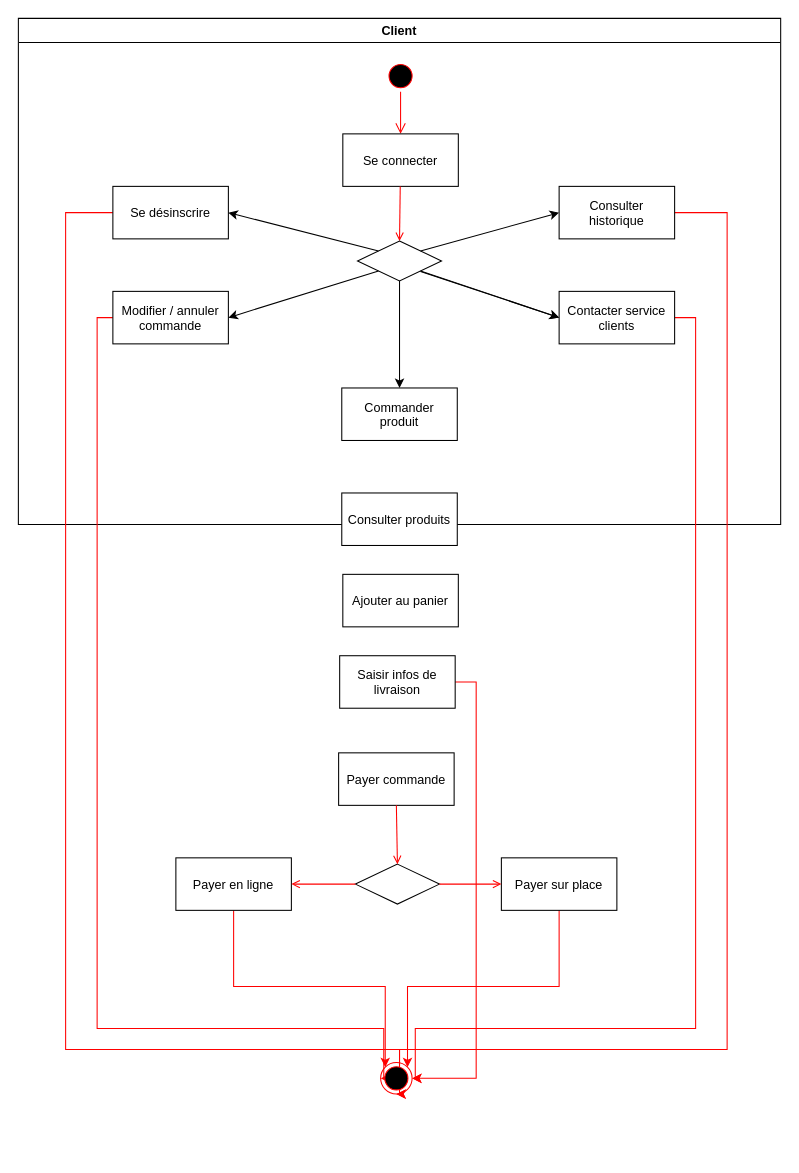
Above: Activity client.drawio in othman3492/p4uml (draw.io), before the change. Source tidied: cells renumbered, new cells numbered last; positions are measured from the earlier drawing's top-left corner, leaving out a move shared by most shapes. Both pictures are drawn from the tidied source at 105%, with x=0, y=0 at pixel (18, 18).
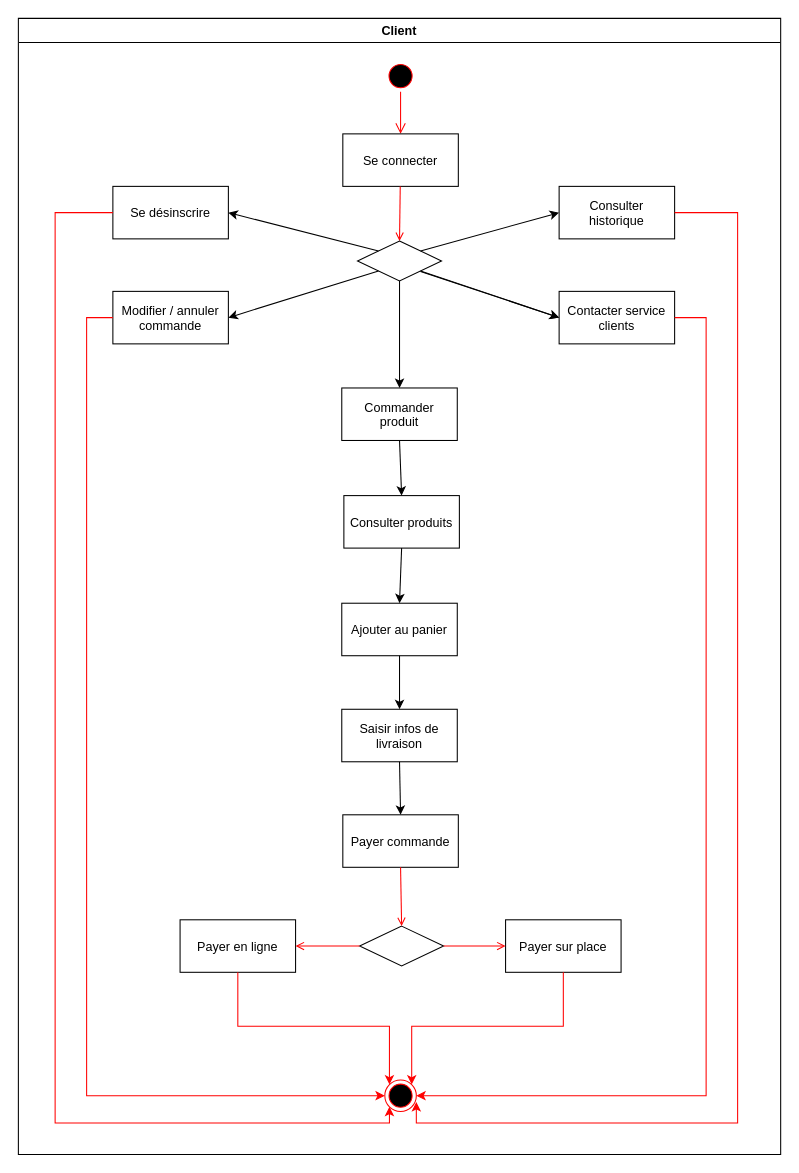
After the change.

Unchanged cells that the change refers to:
```xml
<mxCell id="8" value="Se désinscrire" parent="2" vertex="1">
  <mxGeometry x="90" y="160" width="110" height="50" as="geometry" />
</mxCell>
<mxCell id="11" value="Consulter&#10;historique" parent="2" vertex="1">
  <mxGeometry x="515" y="160" width="110" height="50" as="geometry" />
</mxCell>
<mxCell id="13" value="Contacter service&#10;clients" parent="2" vertex="1">
  <mxGeometry x="515" y="260" width="110" height="50" as="geometry" />
</mxCell>
<mxCell id="15" value="Modifier / annuler&#10;commande" parent="2" vertex="1">
  <mxGeometry x="90" y="260" width="110" height="50" as="geometry" />
</mxCell>
<mxCell id="21" value="Commander&#10;produit" parent="2" vertex="1">
  <mxGeometry x="308" y="352" width="110" height="50" as="geometry" />
</mxCell>
```

What changed in the source:
```diff
@@
     <mxCell id="2" value="Client" style="swimlane;whiteSpace=wrap;startSize=23;" parent="1" vertex="1">
-      <mxGeometry width="726" height="482" as="geometry" />
+      <mxGeometry width="726" height="1082" as="geometry" />
     </mxCell>
@@
-    <mxCell id="7" style="edgeStyle=orthogonalEdgeStyle;rounded=0;jettySize=auto;html=1;exitX=0;exitY=0.5;exitDx=0;exitDy=0;entryX=0.5;entryY=1;entryDx=0;entryDy=0;strokeColor=#FF0000;" parent="2" edge="1" source="8" target="16">
-      <mxGeometry relative="1" as="geometry">
-        <Array as="points">
-          <mxPoint x="45" y="185" />
-          <mxPoint x="45" y="982" />
-          <mxPoint x="363" y="982" />
-        </Array>
-      </mxGeometry>
-    </mxCell>
@@
-    <mxCell id="10" style="edgeStyle=orthogonalEdgeStyle;rounded=0;jettySize=auto;html=1;exitX=1;exitY=0.5;exitDx=0;exitDy=0;entryX=0.5;entryY=1;entryDx=0;entryDy=0;strokeColor=#FF0000;" parent="2" edge="1" source="11" target="16">
-      <mxGeometry relative="1" as="geometry">
-        <Array as="points">
-          <mxPoint x="675" y="185" />
-          <mxPoint x="675" y="982" />
-          <mxPoint x="363" y="982" />
-        </Array>
-      </mxGeometry>
-    </mxCell>
@@
-    <mxCell id="12" style="edgeStyle=orthogonalEdgeStyle;rounded=0;jettySize=auto;html=1;exitX=1;exitY=0.5;exitDx=0;exitDy=0;entryX=1;entryY=0.5;entryDx=0;entryDy=0;strokeColor=#FF0000;" parent="2" edge="1" source="13" target="16">
-      <mxGeometry relative="1" as="geometry">
-        <Array as="points">
-          <mxPoint x="645" y="285" />
-          <mxPoint x="645" y="962" />
-          <mxPoint x="378" y="962" />
-        </Array>
-      </mxGeometry>
-    </mxCell>
@@
-    <mxCell id="14" style="edgeStyle=orthogonalEdgeStyle;rounded=0;jettySize=auto;html=1;exitX=0;exitY=0.5;exitDx=0;exitDy=0;entryX=0;entryY=0.5;entryDx=0;entryDy=0;strokeColor=#FF0000;" parent="2" edge="1" source="15" target="16">
-      <mxGeometry relative="1" as="geometry">
-        <Array as="points">
-          <mxPoint x="75" y="285" />
-          <mxPoint x="75" y="962" />
-          <mxPoint x="348" y="962" />
-        </Array>
-      </mxGeometry>
-    </mxCell>
@@
-    <mxCell id="16" style="ellipse;html=1;shape=endState;fillColor=#000000;strokeColor=#ff0000;" parent="2" vertex="1">
-      <mxGeometry x="345" y="994.5" width="30" height="30" as="geometry" />
-    </mxCell>
@@
-    <mxCell id="23" value="Consulter produits" parent="2" vertex="1">
-      <mxGeometry x="308" y="452" width="110" height="50" as="geometry" />
-    </mxCell>
-    <mxCell id="24" style="edgeStyle=orthogonalEdgeStyle;rounded=0;jettySize=auto;html=1;exitX=1;exitY=0.5;exitDx=0;exitDy=0;entryX=1;entryY=0.5;entryDx=0;entryDy=0;fillColor=#f8cecc;strokeColor=#FF0000;" parent="2" edge="1" source="25" target="16">
-      <mxGeometry relative="1" as="geometry" />
-    </mxCell>
-    <mxCell id="25" value="Saisir infos de&#10;livraison" parent="2" vertex="1">
-      <mxGeometry x="306" y="607" width="110" height="50" as="geometry" />
-    </mxCell>
+    <mxCell id="36" style="endArrow=classic;html=1;exitX=1;exitY=1;exitDx=0;exitDy=0;entryX=0;entryY=0.5;entryDx=0;entryDy=0;" parent="1" edge="1">
+      <mxGeometry relative="1" as="geometry">
+        <mxPoint x="383" y="241" as="sourcePoint" />
+        <mxPoint x="515" y="285" as="targetPoint" />
+      </mxGeometry>
+    </mxCell>
+    <mxCell id="37" value="Ajouter au panier" parent="1" vertex="1">
+      <mxGeometry x="308" y="557" width="110" height="50" as="geometry" />
+    </mxCell>
-    <mxCell id="26" value="Payer commande" parent="2" vertex="1">
-      <mxGeometry x="305" y="699.5" width="110" height="50" as="geometry" />
+    <mxCell id="26" value="Payer commande" parent="1" vertex="1">
+      <mxGeometry x="309" y="758.5" width="110" height="50" as="geometry" />
     </mxCell>
-    <mxCell id="27" style="rhombus;whiteSpace=wrap;html=1;" parent="2" vertex="1">
-      <mxGeometry x="321" y="805.5" width="80" height="38" as="geometry" />
+    <mxCell id="27" style="rhombus;whiteSpace=wrap;html=1;" parent="1" vertex="1">
+      <mxGeometry x="325" y="864.5" width="80" height="38" as="geometry" />
     </mxCell>
-    <mxCell id="28" style="rhombus;whiteSpace=wrap;html=1;" parent="2" vertex="1">
-      <mxGeometry x="481" y="805.5" width="80" height="38" as="geometry" />
+    <mxCell id="28" style="rhombus;whiteSpace=wrap;html=1;" parent="1" vertex="1">
+      <mxGeometry x="485" y="864.5" width="80" height="38" as="geometry" />
     </mxCell>
-    <mxCell id="29" style="edgeStyle=orthogonalEdgeStyle;rounded=0;jettySize=auto;html=1;exitX=0.5;exitY=1;exitDx=0;exitDy=0;entryX=0;entryY=0;entryDx=0;entryDy=0;strokeColor=#FF0000;" parent="2" edge="1" source="30" target="16">
-      <mxGeometry relative="1" as="geometry" />
-    </mxCell>
-    <mxCell id="30" value="Payer en ligne" parent="2" vertex="1">
-      <mxGeometry x="150" y="799.5" width="110" height="50" as="geometry" />
+    <mxCell id="30" value="Payer en ligne" parent="1" vertex="1">
+      <mxGeometry x="154" y="858.5" width="110" height="50" as="geometry" />
     </mxCell>
-    <mxCell id="31" style="edgeStyle=orthogonalEdgeStyle;rounded=0;jettySize=auto;html=1;exitX=0.5;exitY=1;exitDx=0;exitDy=0;entryX=1;entryY=0;entryDx=0;entryDy=0;strokeColor=#FF0000;" parent="2" edge="1" source="32" target="16">
-      <mxGeometry relative="1" as="geometry" />
-    </mxCell>
-    <mxCell id="32" value="Payer sur place" parent="2" vertex="1">
-      <mxGeometry x="460" y="799.5" width="110" height="50" as="geometry" />
+    <mxCell id="32" value="Payer sur place" parent="1" vertex="1">
+      <mxGeometry x="464" y="858.5" width="110" height="50" as="geometry" />
     </mxCell>
-    <mxCell id="33" style="endArrow=open;strokeColor=#FF0000;endFill=1;rounded=0;exitX=0;exitY=0.5;exitDx=0;exitDy=0;entryX=1;entryY=0.5;entryDx=0;entryDy=0;" parent="2" edge="1" source="27" target="30">
+    <mxCell id="33" style="endArrow=open;strokeColor=#FF0000;endFill=1;rounded=0;exitX=0;exitY=0.5;exitDx=0;exitDy=0;entryX=1;entryY=0.5;entryDx=0;entryDy=0;" parent="1" edge="1" source="27" target="30">
       <mxGeometry relative="1" as="geometry" />
     </mxCell>
-    <mxCell id="34" style="endArrow=open;strokeColor=#FF0000;endFill=1;rounded=0;exitX=1;exitY=0.5;exitDx=0;exitDy=0;entryX=0;entryY=0.5;entryDx=0;entryDy=0;" parent="2" edge="1" source="27" target="32">
+    <mxCell id="34" style="endArrow=open;strokeColor=#FF0000;endFill=1;rounded=0;exitX=1;exitY=0.5;exitDx=0;exitDy=0;entryX=0;entryY=0.5;entryDx=0;entryDy=0;" parent="1" edge="1" source="27" target="32">
       <mxGeometry relative="1" as="geometry" />
     </mxCell>
-    <mxCell id="35" style="endArrow=open;strokeColor=#FF0000;endFill=1;rounded=0;exitX=0.5;exitY=1;exitDx=0;exitDy=0;entryX=0.5;entryY=0;entryDx=0;entryDy=0;" parent="2" edge="1" source="26" target="27">
+    <mxCell id="35" style="endArrow=open;strokeColor=#FF0000;endFill=1;rounded=0;exitX=0.5;exitY=1;exitDx=0;exitDy=0;entryX=0.5;entryY=0;entryDx=0;entryDy=0;" parent="1" edge="1" source="26" target="27">
       <mxGeometry relative="1" as="geometry" />
     </mxCell>
-    <mxCell id="36" style="endArrow=classic;html=1;exitX=1;exitY=1;exitDx=0;exitDy=0;entryX=0;entryY=0.5;entryDx=0;entryDy=0;" parent="1" edge="1">
-      <mxGeometry relative="1" as="geometry">
-        <mxPoint x="383" y="241" as="sourcePoint" />
-        <mxPoint x="515" y="285" as="targetPoint" />
-      </mxGeometry>
-    </mxCell>
-    <mxCell id="37" value="Ajouter au panier" parent="1" vertex="1">
-      <mxGeometry x="309" y="529.5" width="110" height="50" as="geometry" />
-    </mxCell>
+    <mxCell id="16" style="ellipse;html=1;shape=endState;fillColor=#000000;strokeColor=#ff0000;" parent="1" vertex="1">
+      <mxGeometry x="349" y="1011" width="30" height="30" as="geometry" />
+    </mxCell>
+    <mxCell id="29" style="edgeStyle=orthogonalEdgeStyle;rounded=0;jettySize=auto;html=1;exitX=0.5;exitY=1;exitDx=0;exitDy=0;entryX=0;entryY=0;entryDx=0;entryDy=0;strokeColor=#FF0000;" parent="1" edge="1" source="30" target="16">
+      <mxGeometry relative="1" as="geometry" />
+    </mxCell>
+    <mxCell id="31" style="edgeStyle=orthogonalEdgeStyle;rounded=0;jettySize=auto;html=1;exitX=0.5;exitY=1;exitDx=0;exitDy=0;entryX=1;entryY=0;entryDx=0;entryDy=0;strokeColor=#FF0000;" parent="1" edge="1" source="32" target="16">
+      <mxGeometry relative="1" as="geometry" />
+    </mxCell>
+    <mxCell id="25" value="Saisir infos de&#10;livraison" parent="1" vertex="1">
+      <mxGeometry x="308" y="658" width="110" height="50" as="geometry" />
+    </mxCell>
+    <mxCell id="23" value="Consulter produits" parent="1" vertex="1">
+      <mxGeometry x="310" y="454.5" width="110" height="50" as="geometry" />
+    </mxCell>
+    <mxCell id="38" style="endArrow=classic;html=1;entryX=0.5;entryY=0;entryDx=0;entryDy=0;exitX=0.5;exitY=1;exitDx=0;exitDy=0;" parent="1" edge="1" source="21" target="23">
+      <mxGeometry relative="1" as="geometry" />
+    </mxCell>
+    <mxCell id="39" style="endArrow=classic;html=1;entryX=0.5;entryY=0;entryDx=0;entryDy=0;exitX=0.5;exitY=1;exitDx=0;exitDy=0;" parent="1" edge="1" source="23" target="37">
+      <mxGeometry relative="1" as="geometry" />
+    </mxCell>
+    <mxCell id="40" style="endArrow=classic;html=1;entryX=0.5;entryY=0;entryDx=0;entryDy=0;exitX=0.5;exitY=1;exitDx=0;exitDy=0;" parent="1" edge="1" source="37" target="25">
+      <mxGeometry relative="1" as="geometry" />
+    </mxCell>
+    <mxCell id="41" style="endArrow=classic;html=1;entryX=0.5;entryY=0;entryDx=0;entryDy=0;exitX=0.5;exitY=1;exitDx=0;exitDy=0;" parent="1" edge="1" source="25" target="26">
+      <mxGeometry relative="1" as="geometry" />
+    </mxCell>
+    <mxCell id="42" style="edgeStyle=orthogonalEdgeStyle;rounded=0;jettySize=auto;html=1;exitX=1;exitY=0.5;exitDx=0;exitDy=0;strokeColor=#FF0000;" parent="1" edge="1" source="11">
+      <mxGeometry relative="1" as="geometry">
+        <mxPoint x="379" y="1032" as="targetPoint" />
+        <Array as="points">
+          <mxPoint x="685" y="185" />
+          <mxPoint x="685" y="1052" />
+          <mxPoint x="379" y="1052" />
+        </Array>
+      </mxGeometry>
+    </mxCell>
+    <mxCell id="12" style="edgeStyle=orthogonalEdgeStyle;rounded=0;jettySize=auto;html=1;exitX=1;exitY=0.5;exitDx=0;exitDy=0;entryX=1;entryY=0.5;entryDx=0;entryDy=0;strokeColor=#FF0000;" parent="1" edge="1" source="13" target="16">
+      <mxGeometry relative="1" as="geometry">
+        <Array as="points">
+          <mxPoint x="655" y="285" />
+          <mxPoint x="655" y="1026" />
+        </Array>
+      </mxGeometry>
+    </mxCell>
+    <mxCell id="14" style="edgeStyle=orthogonalEdgeStyle;rounded=0;jettySize=auto;html=1;exitX=0;exitY=0.5;exitDx=0;exitDy=0;entryX=0;entryY=0.5;entryDx=0;entryDy=0;strokeColor=#FF0000;" parent="1" edge="1" source="15" target="16">
+      <mxGeometry relative="1" as="geometry">
+        <Array as="points">
+          <mxPoint x="65" y="285" />
+          <mxPoint x="65" y="1026" />
+        </Array>
+      </mxGeometry>
+    </mxCell>
+    <mxCell id="7" style="edgeStyle=orthogonalEdgeStyle;rounded=0;jettySize=auto;html=1;exitX=0;exitY=0.5;exitDx=0;exitDy=0;entryX=0;entryY=1;entryDx=0;entryDy=0;strokeColor=#FF0000;" parent="1" edge="1" source="8" target="16">
+      <mxGeometry relative="1" as="geometry">
+        <Array as="points">
+          <mxPoint x="35" y="185" />
+          <mxPoint x="35" y="1052" />
+          <mxPoint x="353" y="1052" />
+        </Array>
+      </mxGeometry>
+    </mxCell>
```
